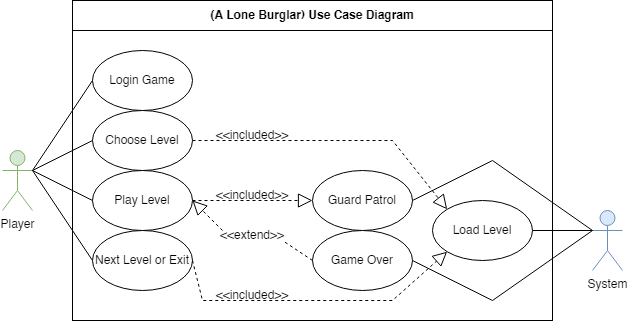
Above: use case diagram.png in johannfac/A-Lone-Burglar (draw.io), before the change. Source tidied: cells renumbered, new cells last; positions are measured from the earlier drawing's top-left corner, leaving out a move shared by most shapes.
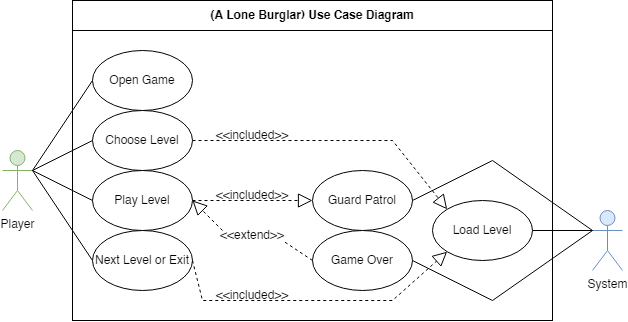
After the commit.

What changed in the source:
```diff
@@ -96,7 +96,7 @@
     <mxCell id="25" value="&amp;lt;&amp;lt;included&amp;gt;&amp;gt;" style="text;html=1;strokeColor=none;fillColor=none;align=center;verticalAlign=middle;whiteSpace=wrap;rounded=0;" parent="1" vertex="1">
       <mxGeometry x="220" y="290" width="60" height="10" as="geometry" />
     </mxCell>
-    <mxCell id="26" value="Login Game" style="ellipse;whiteSpace=wrap;html=1;" parent="1" vertex="1">
+    <mxCell id="26" value="Open Game" style="ellipse;whiteSpace=wrap;html=1;" parent="1" vertex="1">
       <mxGeometry x="90" y="50" width="100" height="60" as="geometry" />
     </mxCell>
     <mxCell id="27" style="endArrow=none;endFill=0;endSize=12;html=1;rounded=0;exitX=1;exitY=0.3333333333333333;exitDx=0;exitDy=0;entryX=0;entryY=0.5;entryDx=0;entryDy=0;startArrow=none;exitPerimeter=0;" parent="1" edge="1" source="3" target="26">
```
